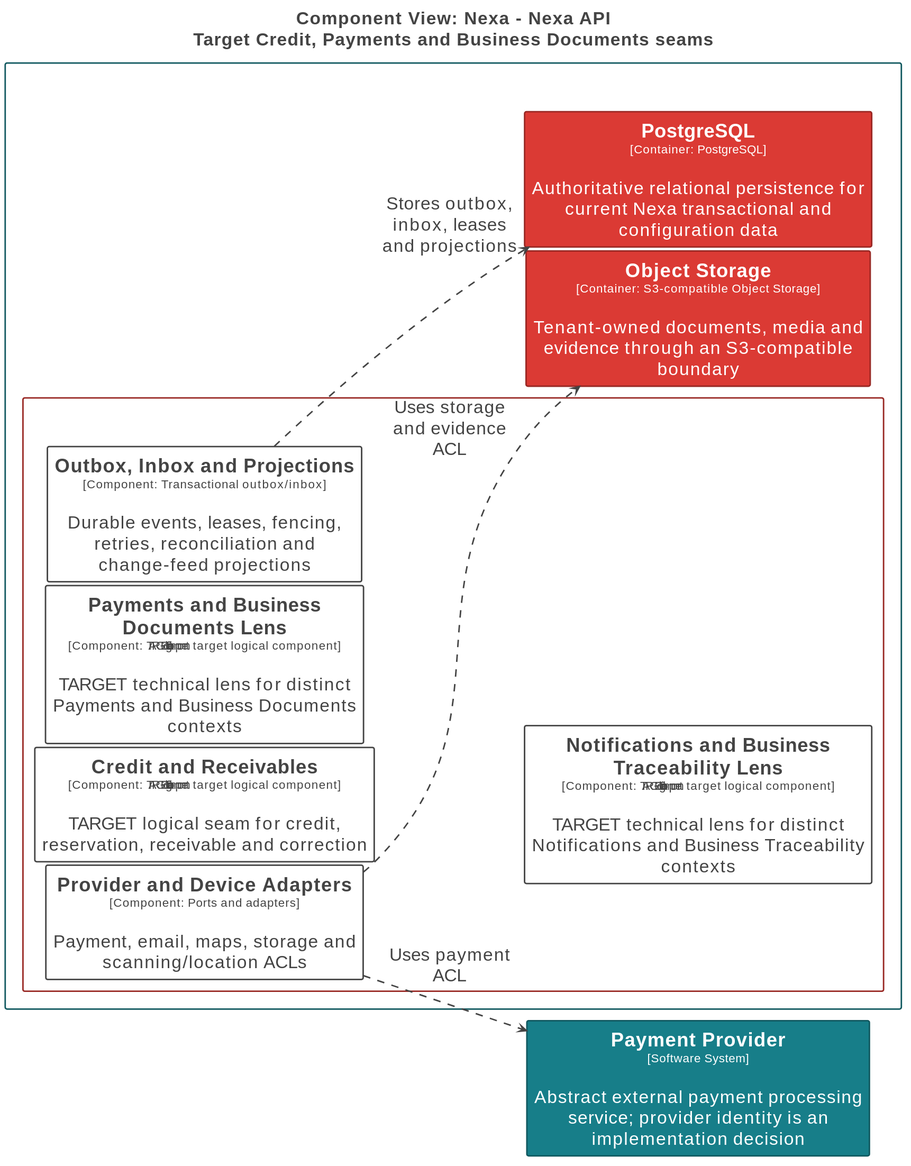
Earlier version of the PlantUML export report/assets/chapter-2/c4/Nexa-API-CreditPaymentDocuments-TARGET.svg (nexa-suite/mobile-report).
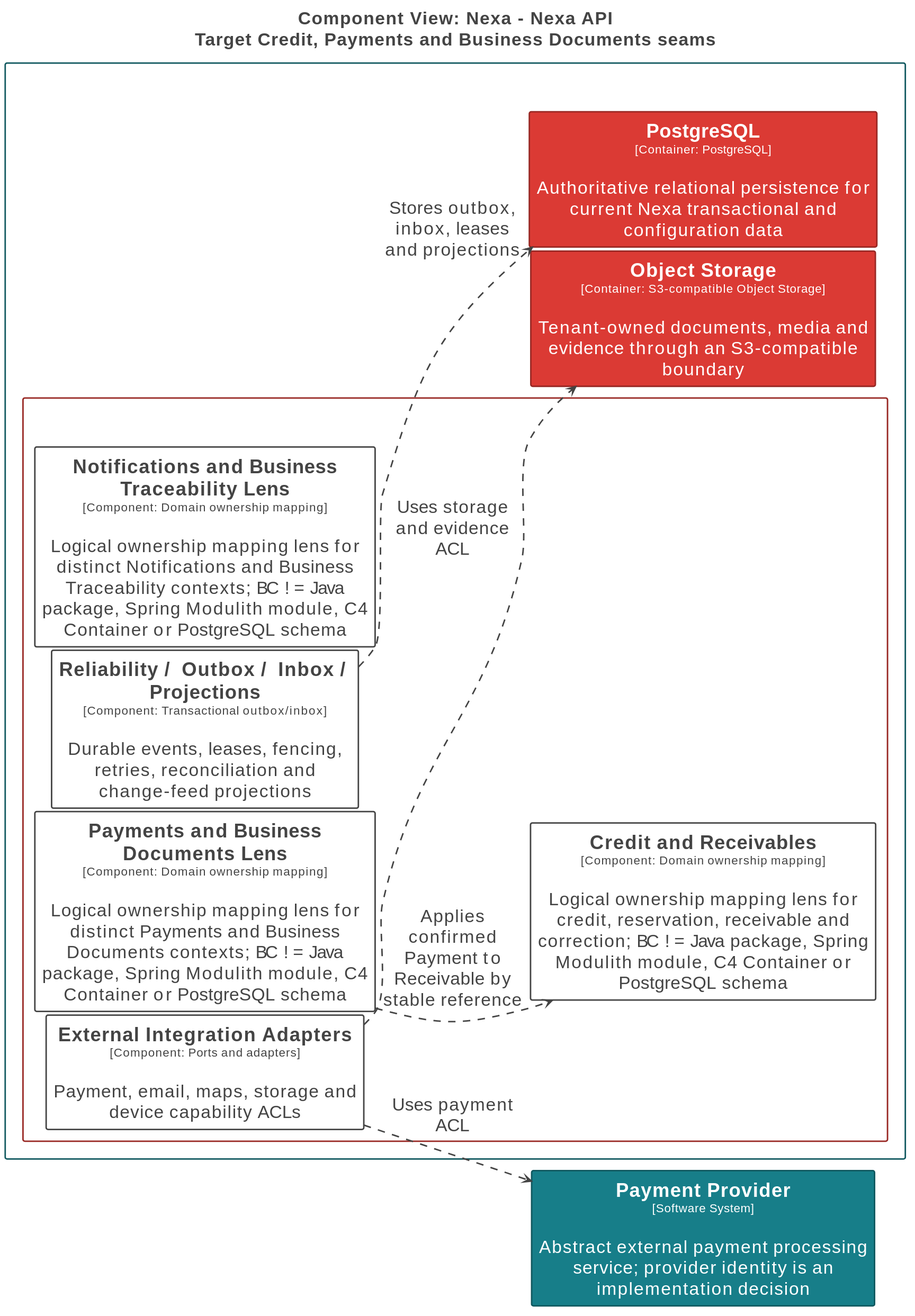
Above is the later version.

Change to the diagram source:
```diff
@@ -84,19 +84,20 @@
 rectangle "==Payment Provider\n<size:16>[Software System]</size>\n\nAbstract external payment processing service; provider identity is an implementation decision" <<Element-RWxlbWVudCxTb2Z0d2FyZSBTeXN0ZW0=>> as PaymentProvider
 
 rectangle "Nexa\n<size:16>[Software System]</size>" <<Boundary-TmV4YQ==>> {
-  rectangle "Nexa API\n<size:16>[Container: Java 25 / Spring Boot 4.1 / Spring Modulith modular monolith]</size>" <<Boundary-TmV4YSBBUEk=>> {
-    rectangle "==Provider and Device Adapters\n<size:16>[Component: Ports and adapters]</size>\n\nPayment, email, maps, storage and scanning/location ACLs" <<Element-RWxlbWVudA==>> as Nexa.NexaAPI.ProviderandDeviceAdapters
-    rectangle "==Outbox, Inbox and Projections\n<size:16>[Component: Transactional outbox/inbox]</size>\n\nDurable events, leases, fencing, retries, reconciliation and change-feed projections" <<Element-RWxlbWVudA==>> as Nexa.NexaAPI.OutboxInboxandProjections
-    rectangle "==Credit and Receivables\n<size:16>[Component: PRE-V1 target logical component]</size>\n\nTARGET logical seam for credit, reservation, receivable and correction" <<Element-RWxlbWVudA==>> as Nexa.NexaAPI.CreditandReceivables
-    rectangle "==Payments and Business Documents Lens\n<size:16>[Component: PRE-V1 target logical component]</size>\n\nTARGET technical lens for distinct Payments and Business Documents contexts" <<Element-RWxlbWVudA==>> as Nexa.NexaAPI.PaymentsandBusinessDocumentsLens
-    rectangle "==Notifications and Business Traceability Lens\n<size:16>[Component: PRE-V1 target logical component]</size>\n\nTARGET technical lens for distinct Notifications and Business Traceability contexts" <<Element-RWxlbWVudA==>> as Nexa.NexaAPI.NotificationsandBusinessTraceabilityLens
+  rectangle "Nexa API\n<size:16>[Container: Java 25 / Spring Boot 4.1 / Spring Modulith]</size>" <<Boundary-TmV4YSBBUEk=>> {
+    rectangle "==External Integration Adapters\n<size:16>[Component: Ports and adapters]</size>\n\nPayment, email, maps, storage and device capability ACLs" <<Element-RWxlbWVudA==>> as Nexa.NexaAPI.ExternalIntegrationAdapters
+    rectangle "==Reliability / Outbox / Inbox / Projections\n<size:16>[Component: Transactional outbox/inbox]</size>\n\nDurable events, leases, fencing, retries, reconciliation and change-feed projections" <<Element-RWxlbWVudA==>> as Nexa.NexaAPI.ReliabilityOutboxInboxProjections
+    rectangle "==Credit and Receivables\n<size:16>[Component: Domain ownership mapping]</size>\n\nLogical ownership mapping lens for credit, reservation, receivable and correction; BC != Java package, Spring Modulith module, C4 Container or PostgreSQL schema" <<Element-RWxlbWVudA==>> as Nexa.NexaAPI.CreditandReceivables
+    rectangle "==Payments and Business Documents Lens\n<size:16>[Component: Domain ownership mapping]</size>\n\nLogical ownership mapping lens for distinct Payments and Business Documents contexts; BC != Java package, Spring Modulith module, C4 Container or PostgreSQL schema" <<Element-RWxlbWVudA==>> as Nexa.NexaAPI.PaymentsandBusinessDocumentsLens
+    rectangle "==Notifications and Business Traceability Lens\n<size:16>[Component: Domain ownership mapping]</size>\n\nLogical ownership mapping lens for distinct Notifications and Business Traceability contexts; BC != Java package, Spring Modulith module, C4 Container or PostgreSQL schema" <<Element-RWxlbWVudA==>> as Nexa.NexaAPI.NotificationsandBusinessTraceabilityLens
   }
 
   rectangle "==PostgreSQL\n<size:16>[Container: PostgreSQL]</size>\n\nAuthoritative relational persistence for current Nexa transactional and configuration data" <<Element-RWxlbWVudCxDb250YWluZXI=>> as Nexa.PostgreSQL
   rectangle "==Object Storage\n<size:16>[Container: S3-compatible Object Storage]</size>\n\nTenant-owned documents, media and evidence through an S3-compatible boundary" <<Element-RWxlbWVudCxDb250YWluZXI=>> as Nexa.ObjectStorage
 }
 
-Nexa.NexaAPI.OutboxInboxandProjections --> Nexa.PostgreSQL <<Relationship-UmVsYXRpb25zaGlw>> : "Stores outbox, inbox, leases and projections"
-Nexa.NexaAPI.ProviderandDeviceAdapters --> PaymentProvider <<Relationship-UmVsYXRpb25zaGlw>> : "Uses payment ACL"
-Nexa.NexaAPI.ProviderandDeviceAdapters --> Nexa.ObjectStorage <<Relationship-UmVsYXRpb25zaGlw>> : "Uses storage and evidence ACL"
+Nexa.NexaAPI.ReliabilityOutboxInboxProjections --> Nexa.PostgreSQL <<Relationship-UmVsYXRpb25zaGlw>> : "Stores outbox, inbox, leases and projections"
+Nexa.NexaAPI.ExternalIntegrationAdapters --> PaymentProvider <<Relationship-UmVsYXRpb25zaGlw>> : "Uses payment ACL"
+Nexa.NexaAPI.ExternalIntegrationAdapters --> Nexa.ObjectStorage <<Relationship-UmVsYXRpb25zaGlw>> : "Uses storage and evidence ACL"
+Nexa.NexaAPI.PaymentsandBusinessDocumentsLens --> Nexa.NexaAPI.CreditandReceivables <<Relationship-UmVsYXRpb25zaGlw>> : "Applies confirmed Payment to Receivable by stable reference"
 @enduml
```
